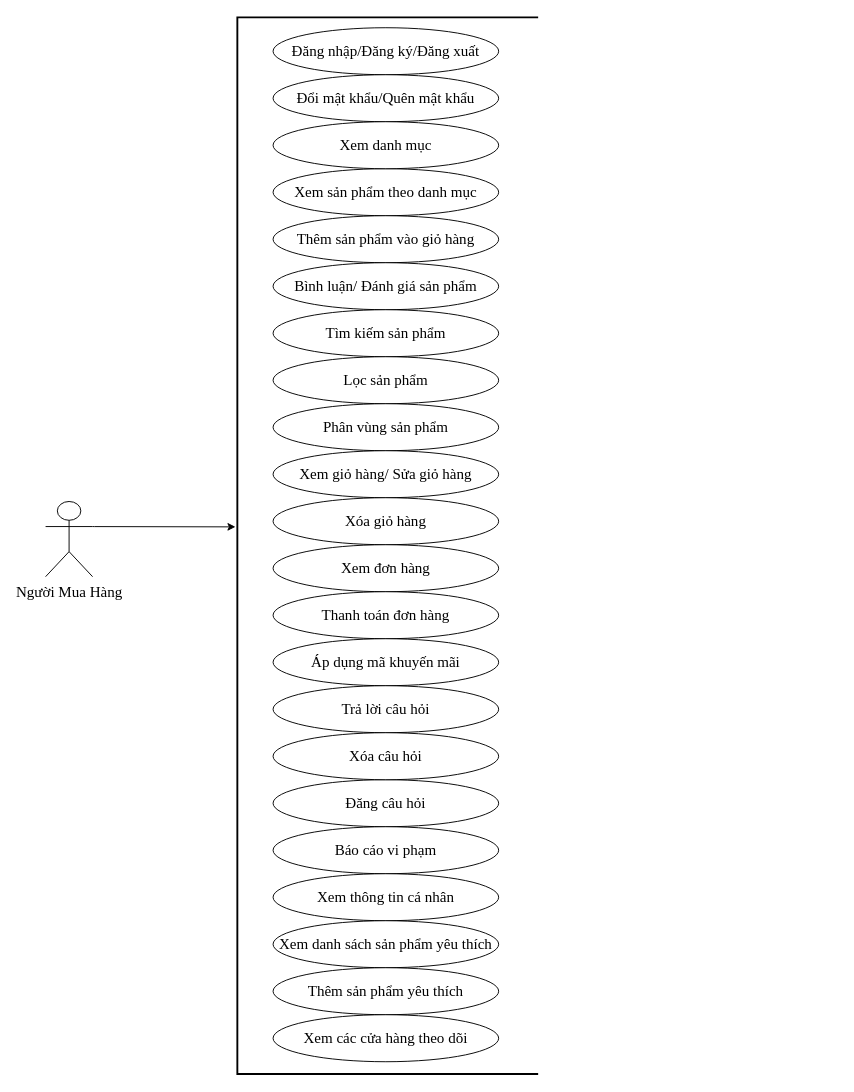
Above: usecase1.drawio in nguyenthanhdat22012001/project-ecommerce (draw.io), before the change. Source tidied: cells renumbered, new cells numbered last; positions are measured from the earlier drawing's top-left corner, leaving out a move shared by most shapes. Both pictures are drawn from the tidied source at 94%, with x=0, y=0 at pixel (45, 17).
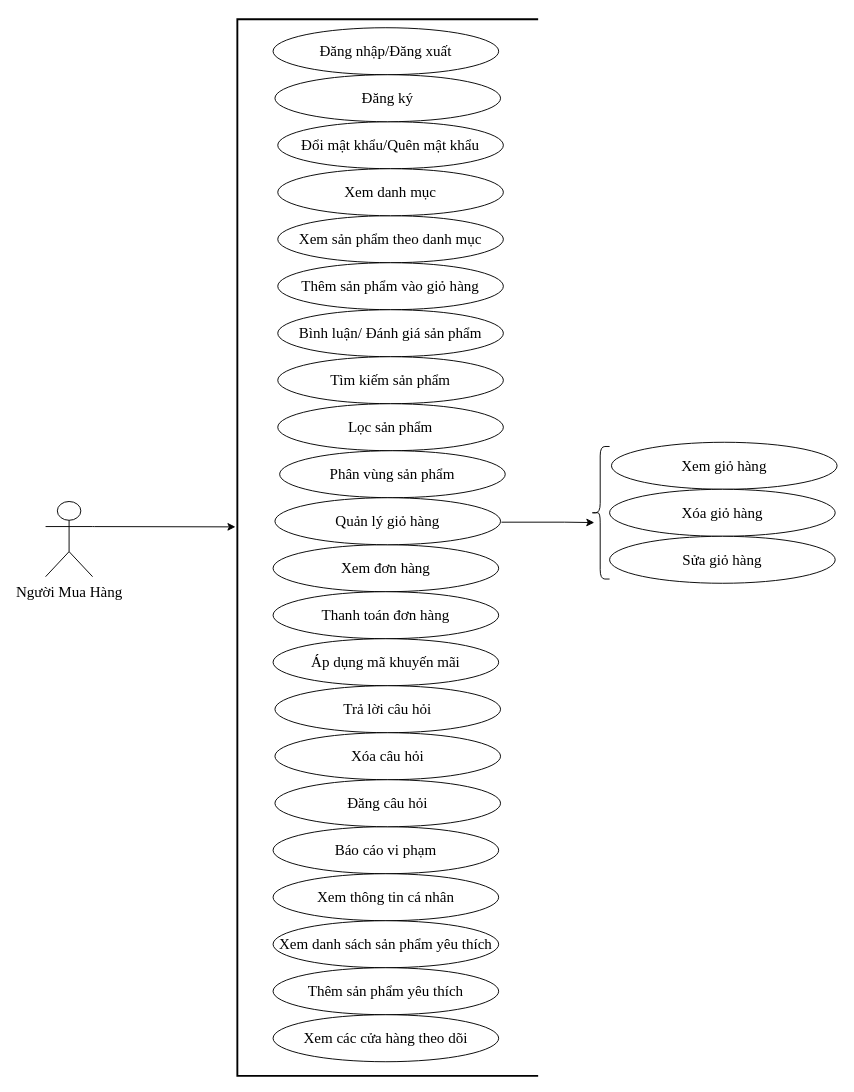
The same diagram, later.

What changed in the source:
```diff
@@
+    <mxCell id="27" style="edgeStyle=orthogonalEdgeStyle;rounded=0;jettySize=auto;html=1;exitX=0.878;exitY=0.476;exitDx=0;exitDy=0;exitPerimeter=0;entryX=0.188;entryY=0.574;entryDx=0;entryDy=0;entryPerimeter=0;" parent="1" edge="1" source="4" target="30">
+      <mxGeometry relative="1" as="geometry" />
+    </mxCell>
     <mxCell id="4" style="strokeWidth=2;html=1;shape=mxgraph.flowchart.annotation_1;align=left;fontFamily=Times New Roman;fontSize=16;" parent="1" vertex="1">
-      <mxGeometry x="204" width="320" height="1124" as="geometry" />
+      <mxGeometry x="204" y="2" width="320" height="1124" as="geometry" />
     </mxCell>
-    <mxCell id="5" value="Đăng nhập/Đăng ký/Đăng xuất" style="ellipse;whiteSpace=wrap;html=1;fontFamily=Times New Roman;fontSize=16;" parent="1" vertex="1">
+    <mxCell id="5" value="Đăng nhập/Đăng xuất" style="ellipse;whiteSpace=wrap;html=1;fontFamily=Times New Roman;fontSize=16;" parent="1" vertex="1">
       <mxGeometry x="242" y="11" width="240" height="50" as="geometry" />
     </mxCell>
     <mxCell id="6" value="Đổi mật khẩu/Quên mật khẩu" style="ellipse;whiteSpace=wrap;html=1;fontFamily=Times New Roman;fontSize=16;" parent="1" vertex="1">
-      <mxGeometry x="242" y="61" width="240" height="50" as="geometry" />
+      <mxGeometry x="247" y="111" width="240" height="50" as="geometry" />
     </mxCell>
     <mxCell id="7" value="Xem sản phẩm theo danh mục" style="ellipse;whiteSpace=wrap;html=1;fontFamily=Times New Roman;fontSize=16;" parent="1" vertex="1">
-      <mxGeometry x="242" y="161" width="240" height="50" as="geometry" />
+      <mxGeometry x="247" y="211" width="240" height="50" as="geometry" />
     </mxCell>
     <mxCell id="8" value="Xem danh mục" style="ellipse;whiteSpace=wrap;html=1;fontFamily=Times New Roman;fontSize=16;" parent="1" vertex="1">
-      <mxGeometry x="242" y="111" width="240" height="50" as="geometry" />
+      <mxGeometry x="247" y="161" width="240" height="50" as="geometry" />
     </mxCell>
     <mxCell id="9" value="Thêm sản phẩm vào giỏ hàng" style="ellipse;whiteSpace=wrap;html=1;fontFamily=Times New Roman;fontSize=16;" parent="1" vertex="1">
-      <mxGeometry x="242" y="211" width="240" height="50" as="geometry" />
+      <mxGeometry x="247" y="261" width="240" height="50" as="geometry" />
     </mxCell>
     <mxCell id="10" value="Bình luận/ Đánh giá sản phẩm" style="ellipse;whiteSpace=wrap;html=1;fontFamily=Times New Roman;fontSize=16;" parent="1" vertex="1">
-      <mxGeometry x="242" y="261" width="240" height="50" as="geometry" />
+      <mxGeometry x="247" y="311" width="240" height="50" as="geometry" />
     </mxCell>
     <mxCell id="11" value="Tìm kiếm sản phẩm" style="ellipse;whiteSpace=wrap;html=1;fontFamily=Times New Roman;fontSize=16;" parent="1" vertex="1">
-      <mxGeometry x="242" y="311" width="240" height="50" as="geometry" />
+      <mxGeometry x="247" y="361" width="240" height="50" as="geometry" />
     </mxCell>
     <mxCell id="12" value="Lọc sản phẩm" style="ellipse;whiteSpace=wrap;html=1;fontFamily=Times New Roman;fontSize=16;" parent="1" vertex="1">
-      <mxGeometry x="242" y="361" width="240" height="50" as="geometry" />
+      <mxGeometry x="247" y="411" width="240" height="50" as="geometry" />
     </mxCell>
     <mxCell id="13" value="Phân vùng sản phẩm" style="ellipse;whiteSpace=wrap;html=1;fontFamily=Times New Roman;fontSize=16;" parent="1" vertex="1">
-      <mxGeometry x="242" y="411" width="240" height="50" as="geometry" />
+      <mxGeometry x="249" y="461" width="240" height="50" as="geometry" />
     </mxCell>
-    <mxCell id="14" value="Xem giỏ hàng/ Sửa giỏ hàng" style="ellipse;whiteSpace=wrap;html=1;fontFamily=Times New Roman;fontSize=16;" parent="1" vertex="1">
-      <mxGeometry x="242" y="461" width="240" height="50" as="geometry" />
+    <mxCell id="14" value="Xem giỏ hàng" style="ellipse;whiteSpace=wrap;html=1;fontFamily=Times New Roman;fontSize=16;" parent="1" vertex="1">
+      <mxGeometry x="602" y="452" width="240" height="50" as="geometry" />
     </mxCell>
     <mxCell id="15" value="Xóa giỏ hàng" style="ellipse;whiteSpace=wrap;html=1;fontFamily=Times New Roman;fontSize=16;" parent="1" vertex="1">
-      <mxGeometry x="242" y="511" width="240" height="50" as="geometry" />
+      <mxGeometry x="600" y="502" width="240" height="50" as="geometry" />
     </mxCell>
@@
-    <mxCell id="19" value="Đăng câu hỏi" style="ellipse;whiteSpace=wrap;html=1;fontFamily=Times New Roman;fontSize=16;" parent="1" vertex="1">
-      <mxGeometry x="242" y="811" width="240" height="50" as="geometry" />
-    </mxCell>
-    <mxCell id="20" value="Trả lời câu hỏi" style="ellipse;whiteSpace=wrap;html=1;fontFamily=Times New Roman;fontSize=16;" parent="1" vertex="1">
-      <mxGeometry x="242" y="711" width="240" height="50" as="geometry" />
-    </mxCell>
-    <mxCell id="21" value="Xóa câu hỏi" style="ellipse;whiteSpace=wrap;html=1;fontFamily=Times New Roman;fontSize=16;" parent="1" vertex="1">
-      <mxGeometry x="242" y="761" width="240" height="50" as="geometry" />
-    </mxCell>
@@
+    <mxCell id="28" value="Sửa giỏ hàng" style="ellipse;whiteSpace=wrap;html=1;fontFamily=Times New Roman;fontSize=16;" parent="1" vertex="1">
+      <mxGeometry x="600" y="552" width="240" height="50" as="geometry" />
+    </mxCell>
+    <mxCell id="29" value="Quản lý giỏ hàng" style="ellipse;whiteSpace=wrap;html=1;fontFamily=Times New Roman;fontSize=16;" parent="1" vertex="1">
+      <mxGeometry x="244" y="511" width="240" height="50" as="geometry" />
+    </mxCell>
+    <mxCell id="30" style="shape=curlyBracket;whiteSpace=wrap;html=1;rounded=1;" parent="1" vertex="1">
+      <mxGeometry x="580" y="456.5" width="20" height="141" as="geometry" />
+    </mxCell>
+    <mxCell id="20" value="Trả lời câu hỏi" style="ellipse;whiteSpace=wrap;html=1;fontFamily=Times New Roman;fontSize=16;" parent="1" vertex="1">
+      <mxGeometry x="244" y="711" width="240" height="50" as="geometry" />
+    </mxCell>
+    <mxCell id="21" value="Xóa câu hỏi" style="ellipse;whiteSpace=wrap;html=1;fontFamily=Times New Roman;fontSize=16;" parent="1" vertex="1">
+      <mxGeometry x="244" y="761" width="240" height="50" as="geometry" />
+    </mxCell>
+    <mxCell id="19" value="Đăng câu hỏi" style="ellipse;whiteSpace=wrap;html=1;fontFamily=Times New Roman;fontSize=16;" parent="1" vertex="1">
+      <mxGeometry x="244" y="811" width="240" height="50" as="geometry" />
+    </mxCell>
+    <mxCell id="31" value="Đăng ký" style="ellipse;whiteSpace=wrap;html=1;fontFamily=Times New Roman;fontSize=16;" parent="1" vertex="1">
+      <mxGeometry x="244" y="61" width="240" height="50" as="geometry" />
+    </mxCell>
```
